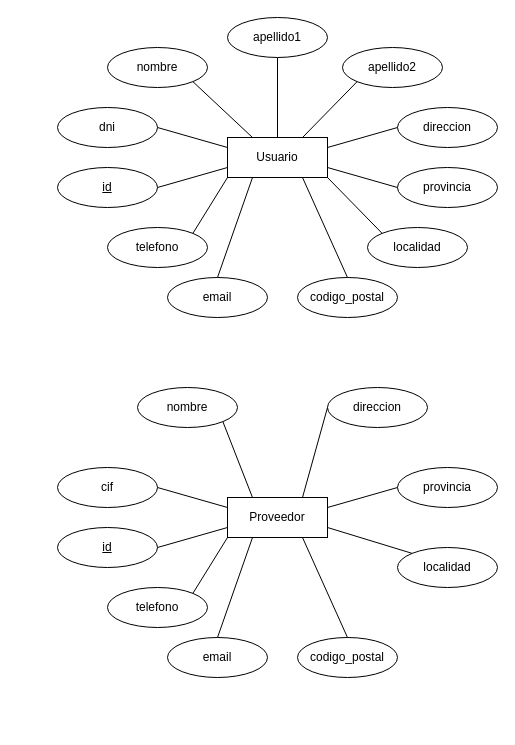
The draw.io diagram Diagrama sin título.drawio in mariopr25/AlmacenMedicamentosER, before the edit. Source tidied: cells renumbered, new cells numbered last; positions are measured from the earlier drawing's top-left corner, leaving out a move shared by most shapes. Both pictures are drawn from the tidied source at 100%, with x=0, y=0 at pixel (57, 17).
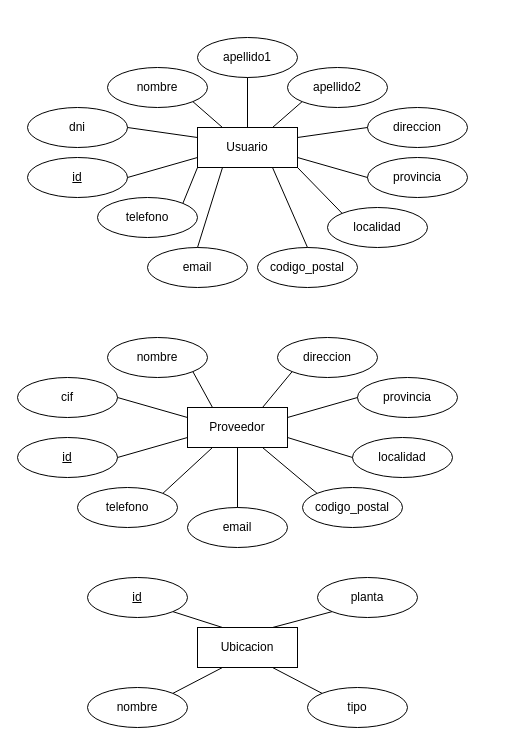
The same page after the edit.

Commit message:
creada Ubicacion

Diff of the diagram source:
```diff
@@
-    <mxCell id="2" style="group;" parent="1" vertex="1">
-      <mxGeometry width="440" height="300" as="geometry" />
-    </mxCell>
+    <mxCell id="45" style="group;" parent="1" vertex="1">
+      <mxGeometry x="-40" y="320" width="440" height="210" as="geometry" />
+    </mxCell>
+    <mxCell id="26" value="Proveedor" style="whiteSpace=wrap;html=1;align=center;" parent="45" vertex="1">
+      <mxGeometry x="170" y="70" width="100" height="40" as="geometry" />
+    </mxCell>
+    <mxCell id="27" value="&lt;div&gt;nombre&lt;/div&gt;" style="ellipse;whiteSpace=wrap;html=1;align=center;" parent="45" vertex="1">
+      <mxGeometry x="90" width="100" height="40" as="geometry" />
+    </mxCell>
+    <mxCell id="28" value="cif" style="ellipse;whiteSpace=wrap;html=1;align=center;" parent="45" vertex="1">
+      <mxGeometry y="40" width="100" height="40" as="geometry" />
+    </mxCell>
+    <mxCell id="29" value="id" style="ellipse;whiteSpace=wrap;html=1;align=center;fontStyle=4;" parent="45" vertex="1">
+      <mxGeometry y="100" width="100" height="40" as="geometry" />
+    </mxCell>
+    <mxCell id="30" value="direccion" style="ellipse;whiteSpace=wrap;html=1;align=center;" parent="45" vertex="1">
+      <mxGeometry x="260" width="100" height="40" as="geometry" />
+    </mxCell>
+    <mxCell id="31" value="provincia" style="ellipse;whiteSpace=wrap;html=1;align=center;" parent="45" vertex="1">
+      <mxGeometry x="340" y="40" width="100" height="40" as="geometry" />
+    </mxCell>
+    <mxCell id="32" value="localidad" style="ellipse;whiteSpace=wrap;html=1;align=center;" parent="45" vertex="1">
+      <mxGeometry x="335" y="100" width="100" height="40" as="geometry" />
+    </mxCell>
+    <mxCell id="33" value="codigo_postal" style="ellipse;whiteSpace=wrap;html=1;align=center;" parent="45" vertex="1">
+      <mxGeometry x="285" y="150" width="100" height="40" as="geometry" />
+    </mxCell>
+    <mxCell id="34" value="email" style="ellipse;whiteSpace=wrap;html=1;align=center;" parent="45" vertex="1">
+      <mxGeometry x="170" y="170" width="100" height="40" as="geometry" />
+    </mxCell>
+    <mxCell id="35" value="telefono" style="ellipse;whiteSpace=wrap;html=1;align=center;" parent="45" vertex="1">
+      <mxGeometry x="60" y="150" width="100" height="40" as="geometry" />
+    </mxCell>
+    <mxCell id="36" style="endArrow=none;html=1;rounded=0;exitX=1;exitY=0.5;exitDx=0;exitDy=0;entryX=0;entryY=0.75;entryDx=0;entryDy=0;" parent="45" edge="1" source="29" target="26">
+      <mxGeometry relative="1" as="geometry" />
+    </mxCell>
+    <mxCell id="37" style="endArrow=none;html=1;rounded=0;exitX=1;exitY=0.5;exitDx=0;exitDy=0;entryX=0;entryY=0.25;entryDx=0;entryDy=0;" parent="45" edge="1" source="28" target="26">
+      <mxGeometry relative="1" as="geometry" />
+    </mxCell>
+    <mxCell id="38" style="endArrow=none;html=1;rounded=0;exitX=1;exitY=1;exitDx=0;exitDy=0;entryX=0.25;entryY=0;entryDx=0;entryDy=0;" parent="45" edge="1" source="27" target="26">
+      <mxGeometry relative="1" as="geometry" />
+    </mxCell>
+    <mxCell id="39" style="endArrow=none;html=1;rounded=0;exitX=0.75;exitY=0;exitDx=0;exitDy=0;entryX=0;entryY=1;entryDx=0;entryDy=0;" parent="45" edge="1" source="26" target="30">
+      <mxGeometry relative="1" as="geometry" />
+    </mxCell>
+    <mxCell id="40" style="endArrow=none;html=1;rounded=0;exitX=1;exitY=0.25;exitDx=0;exitDy=0;entryX=0;entryY=0.5;entryDx=0;entryDy=0;" parent="45" edge="1" source="26" target="31">
+      <mxGeometry relative="1" as="geometry" />
+    </mxCell>
+    <mxCell id="41" style="endArrow=none;html=1;rounded=0;exitX=1;exitY=0;exitDx=0;exitDy=0;entryX=0.25;entryY=1;entryDx=0;entryDy=0;" parent="45" edge="1" source="35" target="26">
+      <mxGeometry relative="1" as="geometry" />
+    </mxCell>
+    <mxCell id="42" style="endArrow=none;html=1;rounded=0;entryX=0;entryY=0.5;entryDx=0;entryDy=0;exitX=1;exitY=0.75;exitDx=0;exitDy=0;" parent="45" edge="1" source="26" target="32">
+      <mxGeometry relative="1" as="geometry" />
+    </mxCell>
+    <mxCell id="43" style="endArrow=none;html=1;rounded=0;exitX=0.75;exitY=1;exitDx=0;exitDy=0;entryX=0;entryY=0;entryDx=0;entryDy=0;" parent="45" edge="1" source="26" target="33">
+      <mxGeometry relative="1" as="geometry" />
+    </mxCell>
+    <mxCell id="44" style="endArrow=none;html=1;rounded=0;exitX=0.5;exitY=0;exitDx=0;exitDy=0;entryX=0.5;entryY=1;entryDx=0;entryDy=0;" parent="45" edge="1" source="34" target="26">
+      <mxGeometry relative="1" as="geometry" />
+    </mxCell>
+    <mxCell id="46" style="edgeStyle=orthogonalEdgeStyle;rounded=0;orthogonalLoop=1;jettySize=auto;html=1;exitX=0.5;exitY=1;exitDx=0;exitDy=0;" parent="45" edge="1" source="33" target="33">
+      <mxGeometry relative="1" as="geometry" />
+    </mxCell>
+    <mxCell id="47" style="group;" parent="1" vertex="1">
+      <mxGeometry x="-30" y="20" width="440" height="250" as="geometry" />
+    </mxCell>
-    <mxCell id="3" value="&lt;div&gt;Usuario&lt;/div&gt;" style="whiteSpace=wrap;html=1;align=center;" parent="2" vertex="1">
-      <mxGeometry x="170" y="120" width="100" height="40" as="geometry" />
+    <mxCell id="3" value="&lt;div&gt;Usuario&lt;/div&gt;" style="whiteSpace=wrap;html=1;align=center;" parent="47" vertex="1">
+      <mxGeometry x="170" y="90" width="100" height="40" as="geometry" />
     </mxCell>
-    <mxCell id="4" value="&lt;div&gt;nombre&lt;/div&gt;" style="ellipse;whiteSpace=wrap;html=1;align=center;" parent="2" vertex="1">
-      <mxGeometry x="50" y="30" width="100" height="40" as="geometry" />
+    <mxCell id="4" value="&lt;div&gt;nombre&lt;/div&gt;" style="ellipse;whiteSpace=wrap;html=1;align=center;" parent="47" vertex="1">
+      <mxGeometry x="80" y="30" width="100" height="40" as="geometry" />
     </mxCell>
-    <mxCell id="5" value="dni" style="ellipse;whiteSpace=wrap;html=1;align=center;" parent="2" vertex="1">
-      <mxGeometry y="90" width="100" height="40" as="geometry" />
+    <mxCell id="5" value="dni" style="ellipse;whiteSpace=wrap;html=1;align=center;" parent="47" vertex="1">
+      <mxGeometry y="70" width="100" height="40" as="geometry" />
     </mxCell>
-    <mxCell id="6" value="id" style="ellipse;whiteSpace=wrap;html=1;align=center;fontStyle=4;" parent="2" vertex="1">
-      <mxGeometry y="150" width="100" height="40" as="geometry" />
+    <mxCell id="6" value="id" style="ellipse;whiteSpace=wrap;html=1;align=center;fontStyle=4;" parent="47" vertex="1">
+      <mxGeometry y="120" width="100" height="40" as="geometry" />
     </mxCell>
-    <mxCell id="7" value="&lt;div&gt;apellido1&lt;/div&gt;" style="ellipse;whiteSpace=wrap;html=1;align=center;" parent="2" vertex="1">
+    <mxCell id="7" value="&lt;div&gt;apellido1&lt;/div&gt;" style="ellipse;whiteSpace=wrap;html=1;align=center;" parent="47" vertex="1">
       <mxGeometry x="170" width="100" height="40" as="geometry" />
     </mxCell>
-    <mxCell id="8" value="apellido2" style="ellipse;whiteSpace=wrap;html=1;align=center;" parent="2" vertex="1">
-      <mxGeometry x="285" y="30" width="100" height="40" as="geometry" />
+    <mxCell id="8" value="apellido2" style="ellipse;whiteSpace=wrap;html=1;align=center;" parent="47" vertex="1">
+      <mxGeometry x="260" y="30" width="100" height="40" as="geometry" />
     </mxCell>
-    <mxCell id="9" value="direccion" style="ellipse;whiteSpace=wrap;html=1;align=center;" parent="2" vertex="1">
-      <mxGeometry x="340" y="90" width="100" height="40" as="geometry" />
+    <mxCell id="9" value="direccion" style="ellipse;whiteSpace=wrap;html=1;align=center;" parent="47" vertex="1">
+      <mxGeometry x="340" y="70" width="100" height="40" as="geometry" />
     </mxCell>
-    <mxCell id="10" value="provincia" style="ellipse;whiteSpace=wrap;html=1;align=center;" parent="2" vertex="1">
-      <mxGeometry x="340" y="150" width="100" height="40" as="geometry" />
+    <mxCell id="10" value="provincia" style="ellipse;whiteSpace=wrap;html=1;align=center;" parent="47" vertex="1">
+      <mxGeometry x="340" y="120" width="100" height="40" as="geometry" />
     </mxCell>
-    <mxCell id="11" value="localidad" style="ellipse;whiteSpace=wrap;html=1;align=center;" parent="2" vertex="1">
-      <mxGeometry x="310" y="210" width="100" height="40" as="geometry" />
+    <mxCell id="11" value="localidad" style="ellipse;whiteSpace=wrap;html=1;align=center;" parent="47" vertex="1">
+      <mxGeometry x="300" y="170" width="100" height="40" as="geometry" />
     </mxCell>
-    <mxCell id="12" value="codigo_postal" style="ellipse;whiteSpace=wrap;html=1;align=center;" parent="2" vertex="1">
-      <mxGeometry x="240" y="260" width="100" height="40" as="geometry" />
+    <mxCell id="12" value="codigo_postal" style="ellipse;whiteSpace=wrap;html=1;align=center;" parent="47" vertex="1">
+      <mxGeometry x="230" y="210" width="100" height="40" as="geometry" />
     </mxCell>
-    <mxCell id="13" value="email" style="ellipse;whiteSpace=wrap;html=1;align=center;" parent="2" vertex="1">
-      <mxGeometry x="110" y="260" width="100" height="40" as="geometry" />
+    <mxCell id="13" value="email" style="ellipse;whiteSpace=wrap;html=1;align=center;" parent="47" vertex="1">
+      <mxGeometry x="120" y="210" width="100" height="40" as="geometry" />
     </mxCell>
-    <mxCell id="14" value="telefono" style="ellipse;whiteSpace=wrap;html=1;align=center;" parent="2" vertex="1">
-      <mxGeometry x="50" y="210" width="100" height="40" as="geometry" />
+    <mxCell id="14" value="telefono" style="ellipse;whiteSpace=wrap;html=1;align=center;" parent="47" vertex="1">
+      <mxGeometry x="70" y="160" width="100" height="40" as="geometry" />
     </mxCell>
-    <mxCell id="15" style="endArrow=none;html=1;rounded=0;exitX=1;exitY=0.5;exitDx=0;exitDy=0;entryX=0;entryY=0.75;entryDx=0;entryDy=0;" parent="2" edge="1" source="6" target="3">
+    <mxCell id="15" style="endArrow=none;html=1;rounded=0;exitX=1;exitY=0.5;exitDx=0;exitDy=0;entryX=0;entryY=0.75;entryDx=0;entryDy=0;" parent="47" edge="1" source="6" target="3">
       <mxGeometry relative="1" as="geometry" />
     </mxCell>
-    <mxCell id="16" style="endArrow=none;html=1;rounded=0;exitX=1;exitY=0.5;exitDx=0;exitDy=0;entryX=0;entryY=0.25;entryDx=0;entryDy=0;" parent="2" edge="1" source="5" target="3">
+    <mxCell id="16" style="endArrow=none;html=1;rounded=0;exitX=1;exitY=0.5;exitDx=0;exitDy=0;entryX=0;entryY=0.25;entryDx=0;entryDy=0;" parent="47" edge="1" source="5" target="3">
       <mxGeometry relative="1" as="geometry" />
     </mxCell>
-    <mxCell id="17" style="endArrow=none;html=1;rounded=0;exitX=1;exitY=1;exitDx=0;exitDy=0;entryX=0.25;entryY=0;entryDx=0;entryDy=0;" parent="2" edge="1" source="4" target="3">
+    <mxCell id="17" style="endArrow=none;html=1;rounded=0;exitX=1;exitY=1;exitDx=0;exitDy=0;entryX=0.25;entryY=0;entryDx=0;entryDy=0;" parent="47" edge="1" source="4" target="3">
       <mxGeometry relative="1" as="geometry" />
     </mxCell>
-    <mxCell id="18" style="endArrow=none;html=1;rounded=0;exitX=0.5;exitY=1;exitDx=0;exitDy=0;entryX=0.5;entryY=0;entryDx=0;entryDy=0;" parent="2" edge="1" source="7" target="3">
+    <mxCell id="18" style="endArrow=none;html=1;rounded=0;exitX=0.5;exitY=1;exitDx=0;exitDy=0;entryX=0.5;entryY=0;entryDx=0;entryDy=0;" parent="47" edge="1" source="7" target="3">
       <mxGeometry relative="1" as="geometry" />
     </mxCell>
-    <mxCell id="19" style="endArrow=none;html=1;rounded=0;exitX=0.75;exitY=0;exitDx=0;exitDy=0;entryX=0;entryY=1;entryDx=0;entryDy=0;" parent="2" edge="1" source="3" target="8">
+    <mxCell id="19" style="endArrow=none;html=1;rounded=0;exitX=0.75;exitY=0;exitDx=0;exitDy=0;entryX=0;entryY=1;entryDx=0;entryDy=0;" parent="47" edge="1" source="3" target="8">
       <mxGeometry relative="1" as="geometry" />
     </mxCell>
-    <mxCell id="20" style="endArrow=none;html=1;rounded=0;exitX=1;exitY=0.25;exitDx=0;exitDy=0;entryX=0;entryY=0.5;entryDx=0;entryDy=0;" parent="2" edge="1" source="3" target="9">
+    <mxCell id="20" style="endArrow=none;html=1;rounded=0;exitX=1;exitY=0.25;exitDx=0;exitDy=0;entryX=0;entryY=0.5;entryDx=0;entryDy=0;" parent="47" edge="1" source="3" target="9">
       <mxGeometry relative="1" as="geometry" />
     </mxCell>
-    <mxCell id="21" style="endArrow=none;html=1;rounded=0;exitX=1;exitY=0.75;exitDx=0;exitDy=0;entryX=0;entryY=0.5;entryDx=0;entryDy=0;" parent="2" edge="1" source="3" target="10">
+    <mxCell id="21" style="endArrow=none;html=1;rounded=0;exitX=1;exitY=0.75;exitDx=0;exitDy=0;entryX=0;entryY=0.5;entryDx=0;entryDy=0;" parent="47" edge="1" source="3" target="10">
       <mxGeometry relative="1" as="geometry" />
     </mxCell>
-    <mxCell id="22" style="endArrow=none;html=1;rounded=0;exitX=1;exitY=0;exitDx=0;exitDy=0;entryX=0;entryY=1;entryDx=0;entryDy=0;" parent="2" edge="1" source="14" target="3">
+    <mxCell id="22" style="endArrow=none;html=1;rounded=0;exitX=1;exitY=0;exitDx=0;exitDy=0;entryX=0;entryY=1;entryDx=0;entryDy=0;" parent="47" edge="1" source="14" target="3">
       <mxGeometry relative="1" as="geometry" />
     </mxCell>
-    <mxCell id="23" style="endArrow=none;html=1;rounded=0;entryX=0;entryY=0;entryDx=0;entryDy=0;exitX=1;exitY=1;exitDx=0;exitDy=0;" parent="2" edge="1" source="3" target="11">
+    <mxCell id="23" style="endArrow=none;html=1;rounded=0;entryX=0;entryY=0;entryDx=0;entryDy=0;exitX=1;exitY=1;exitDx=0;exitDy=0;" parent="47" edge="1" source="3" target="11">
       <mxGeometry relative="1" as="geometry" />
     </mxCell>
-    <mxCell id="24" style="endArrow=none;html=1;rounded=0;exitX=0.75;exitY=1;exitDx=0;exitDy=0;entryX=0.5;entryY=0;entryDx=0;entryDy=0;" parent="2" edge="1" source="3" target="12">
+    <mxCell id="24" style="endArrow=none;html=1;rounded=0;exitX=0.75;exitY=1;exitDx=0;exitDy=0;entryX=0.5;entryY=0;entryDx=0;entryDy=0;" parent="47" edge="1" source="3" target="12">
       <mxGeometry relative="1" as="geometry" />
     </mxCell>
-    <mxCell id="25" style="endArrow=none;html=1;rounded=0;exitX=0.5;exitY=0;exitDx=0;exitDy=0;entryX=0.25;entryY=1;entryDx=0;entryDy=0;" parent="2" edge="1" source="13" target="3">
+    <mxCell id="25" style="endArrow=none;html=1;rounded=0;exitX=0.5;exitY=0;exitDx=0;exitDy=0;entryX=0.25;entryY=1;entryDx=0;entryDy=0;" parent="47" edge="1" source="13" target="3">
       <mxGeometry relative="1" as="geometry" />
     </mxCell>
-    <mxCell id="26" value="Proveedor" style="whiteSpace=wrap;html=1;align=center;" parent="1" vertex="1">
-      <mxGeometry x="170" y="480" width="100" height="40" as="geometry" />
-    </mxCell>
-    <mxCell id="27" value="&lt;div&gt;nombre&lt;/div&gt;" style="ellipse;whiteSpace=wrap;html=1;align=center;" parent="1" vertex="1">
-      <mxGeometry x="80" y="370" width="100" height="40" as="geometry" />
-    </mxCell>
-    <mxCell id="28" value="cif" style="ellipse;whiteSpace=wrap;html=1;align=center;" parent="1" vertex="1">
-      <mxGeometry y="450" width="100" height="40" as="geometry" />
-    </mxCell>
-    <mxCell id="29" value="id" style="ellipse;whiteSpace=wrap;html=1;align=center;fontStyle=4;" parent="1" vertex="1">
-      <mxGeometry y="510" width="100" height="40" as="geometry" />
-    </mxCell>
-    <mxCell id="30" value="direccion" style="ellipse;whiteSpace=wrap;html=1;align=center;" parent="1" vertex="1">
-      <mxGeometry x="270" y="370" width="100" height="40" as="geometry" />
-    </mxCell>
-    <mxCell id="31" value="provincia" style="ellipse;whiteSpace=wrap;html=1;align=center;" parent="1" vertex="1">
-      <mxGeometry x="340" y="450" width="100" height="40" as="geometry" />
-    </mxCell>
-    <mxCell id="32" value="localidad" style="ellipse;whiteSpace=wrap;html=1;align=center;" parent="1" vertex="1">
-      <mxGeometry x="340" y="530" width="100" height="40" as="geometry" />
-    </mxCell>
-    <mxCell id="33" value="codigo_postal" style="ellipse;whiteSpace=wrap;html=1;align=center;" parent="1" vertex="1">
-      <mxGeometry x="240" y="620" width="100" height="40" as="geometry" />
-    </mxCell>
-    <mxCell id="34" value="email" style="ellipse;whiteSpace=wrap;html=1;align=center;" parent="1" vertex="1">
-      <mxGeometry x="110" y="620" width="100" height="40" as="geometry" />
-    </mxCell>
-    <mxCell id="35" value="telefono" style="ellipse;whiteSpace=wrap;html=1;align=center;" parent="1" vertex="1">
-      <mxGeometry x="50" y="570" width="100" height="40" as="geometry" />
-    </mxCell>
-    <mxCell id="36" style="endArrow=none;html=1;rounded=0;exitX=1;exitY=0.5;exitDx=0;exitDy=0;entryX=0;entryY=0.75;entryDx=0;entryDy=0;" parent="1" edge="1" source="29" target="26">
-      <mxGeometry relative="1" as="geometry" />
-    </mxCell>
-    <mxCell id="37" style="endArrow=none;html=1;rounded=0;exitX=1;exitY=0.5;exitDx=0;exitDy=0;entryX=0;entryY=0.25;entryDx=0;entryDy=0;" parent="1" edge="1" source="28" target="26">
-      <mxGeometry relative="1" as="geometry" />
-    </mxCell>
-    <mxCell id="38" style="endArrow=none;html=1;rounded=0;exitX=1;exitY=1;exitDx=0;exitDy=0;entryX=0.25;entryY=0;entryDx=0;entryDy=0;" parent="1" edge="1" source="27" target="26">
-      <mxGeometry relative="1" as="geometry" />
-    </mxCell>
-    <mxCell id="39" style="endArrow=none;html=1;rounded=0;exitX=0.75;exitY=0;exitDx=0;exitDy=0;entryX=0;entryY=0.5;entryDx=0;entryDy=0;" parent="1" edge="1" source="26" target="30">
-      <mxGeometry relative="1" as="geometry" />
-    </mxCell>
-    <mxCell id="40" style="endArrow=none;html=1;rounded=0;exitX=1;exitY=0.25;exitDx=0;exitDy=0;entryX=0;entryY=0.5;entryDx=0;entryDy=0;" parent="1" edge="1" source="26" target="31">
-      <mxGeometry relative="1" as="geometry" />
-    </mxCell>
-    <mxCell id="41" style="endArrow=none;html=1;rounded=0;exitX=1;exitY=0;exitDx=0;exitDy=0;entryX=0;entryY=1;entryDx=0;entryDy=0;" parent="1" edge="1" source="35" target="26">
-      <mxGeometry relative="1" as="geometry" />
-    </mxCell>
-    <mxCell id="42" style="endArrow=none;html=1;rounded=0;entryX=0;entryY=0;entryDx=0;entryDy=0;exitX=1;exitY=0.75;exitDx=0;exitDy=0;" parent="1" edge="1" source="26" target="32">
-      <mxGeometry relative="1" as="geometry" />
-    </mxCell>
-    <mxCell id="43" style="endArrow=none;html=1;rounded=0;exitX=0.75;exitY=1;exitDx=0;exitDy=0;entryX=0.5;entryY=0;entryDx=0;entryDy=0;" parent="1" edge="1" source="26" target="33">
-      <mxGeometry relative="1" as="geometry" />
-    </mxCell>
-    <mxCell id="44" style="endArrow=none;html=1;rounded=0;exitX=0.5;exitY=0;exitDx=0;exitDy=0;entryX=0.25;entryY=1;entryDx=0;entryDy=0;" parent="1" edge="1" source="34" target="26">
-      <mxGeometry relative="1" as="geometry" />
-    </mxCell>
+    <mxCell id="48" style="group;" parent="1" vertex="1">
+      <mxGeometry x="30" y="560" width="330" height="150" as="geometry" />
+    </mxCell>
+    <mxCell id="49" value="Ubicacion" style="whiteSpace=wrap;html=1;align=center;" parent="48" vertex="1">
+      <mxGeometry x="110" y="50" width="100" height="40" as="geometry" />
+    </mxCell>
+    <mxCell id="50" value="id" style="ellipse;whiteSpace=wrap;html=1;align=center;fontStyle=4;" parent="48" vertex="1">
+      <mxGeometry width="100" height="40" as="geometry" />
+    </mxCell>
+    <mxCell id="51" value="nombre" style="ellipse;whiteSpace=wrap;html=1;align=center;" parent="48" vertex="1">
+      <mxGeometry y="110" width="100" height="40" as="geometry" />
+    </mxCell>
+    <mxCell id="52" value="planta" style="ellipse;whiteSpace=wrap;html=1;align=center;" parent="48" vertex="1">
+      <mxGeometry x="230" width="100" height="40" as="geometry" />
+    </mxCell>
+    <mxCell id="53" value="tipo" style="ellipse;whiteSpace=wrap;html=1;align=center;" parent="48" vertex="1">
+      <mxGeometry x="220" y="110" width="100" height="40" as="geometry" />
+    </mxCell>
+    <mxCell id="54" style="endArrow=none;html=1;rounded=0;exitX=0;exitY=1;exitDx=0;exitDy=0;entryX=0.75;entryY=0;entryDx=0;entryDy=0;" parent="48" edge="1" source="52" target="49">
+      <mxGeometry relative="1" as="geometry" />
+    </mxCell>
+    <mxCell id="55" style="endArrow=none;html=1;rounded=0;exitX=1;exitY=1;exitDx=0;exitDy=0;entryX=0.25;entryY=0;entryDx=0;entryDy=0;" parent="48" edge="1" source="50" target="49">
+      <mxGeometry relative="1" as="geometry" />
+    </mxCell>
+    <mxCell id="56" style="endArrow=none;html=1;rounded=0;exitX=0.75;exitY=1;exitDx=0;exitDy=0;entryX=0;entryY=0;entryDx=0;entryDy=0;" parent="48" edge="1" source="49" target="53">
+      <mxGeometry relative="1" as="geometry" />
+    </mxCell>
+    <mxCell id="57" style="endArrow=none;html=1;rounded=0;exitX=0.25;exitY=1;exitDx=0;exitDy=0;entryX=1;entryY=0;entryDx=0;entryDy=0;" parent="48" edge="1" source="49" target="51">
+      <mxGeometry relative="1" as="geometry" />
+    </mxCell>
```
